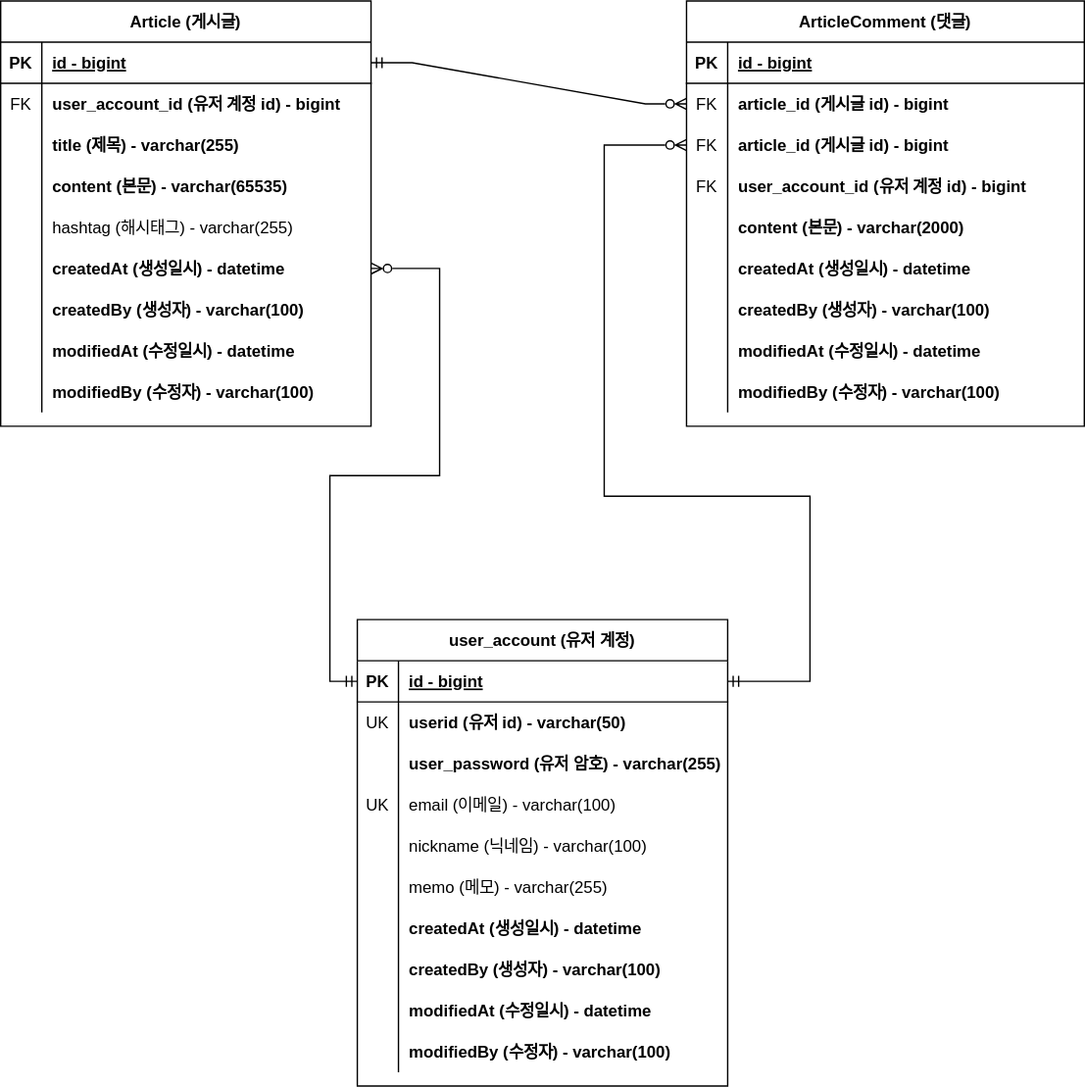
The draw.io diagram document/project-board-erd.svg in beginner0107/fast-project-board, before a commit. Source tidied: cells renumbered, new cells last; positions are measured from the earlier drawing's top-left corner, leaving out a move shared by most shapes.
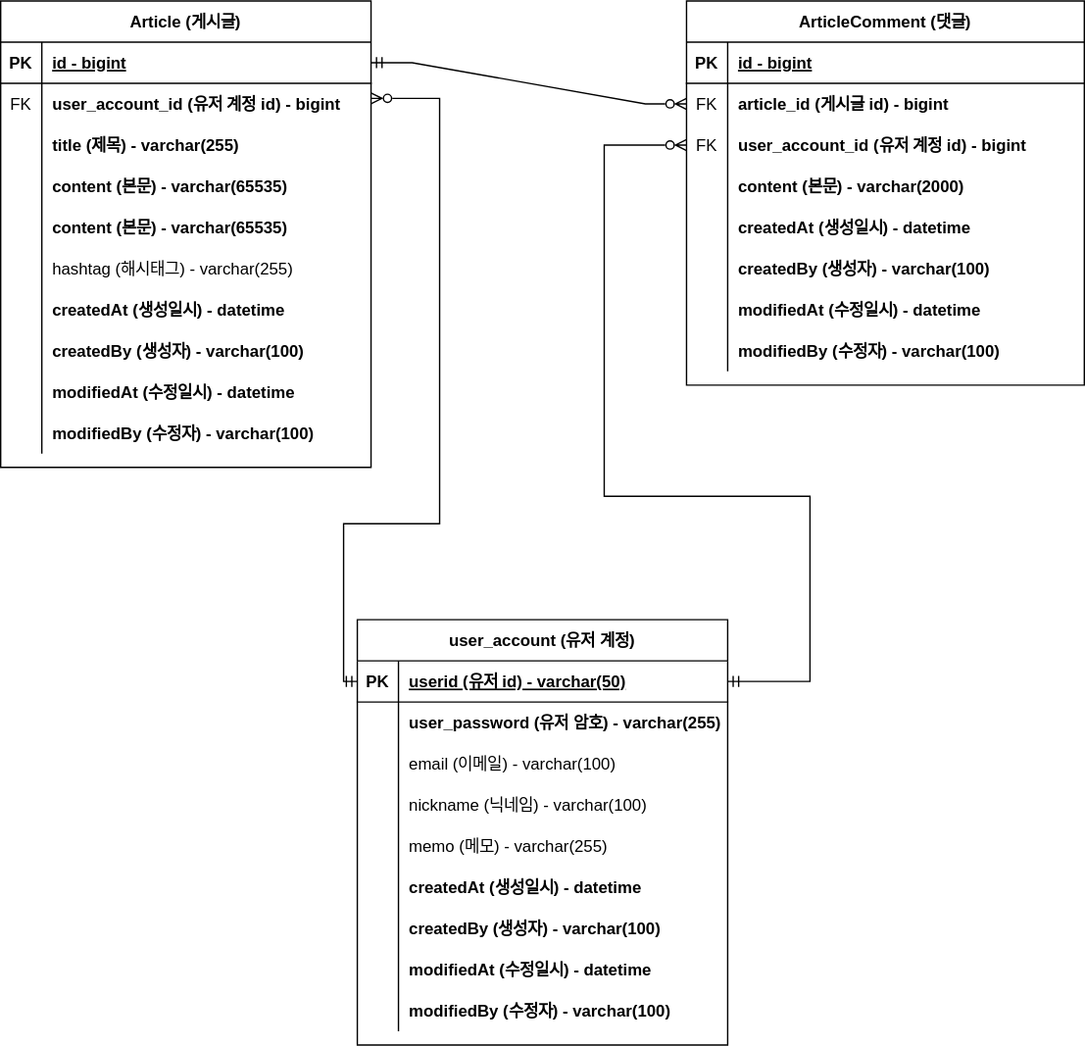
The same diagram one commit later.

Commit message:
#37 - ERD 문서 수정: 회원 계정 user_id 를 PK 로 변경

Diff of the diagram source:
```diff
@@ -3,7 +3,7 @@
     <mxCell id="0" />
     <mxCell id="1" parent="0" />
     <mxCell id="2" value="Article (게시글)" style="shape=table;startSize=30;rowLines=0;fontStyle=1;align=center;" parent="1" vertex="1">
-      <mxGeometry width="270" height="310" as="geometry" />
+      <mxGeometry width="270" height="340" as="geometry" />
     </mxCell>
     <mxCell id="3" style="shape=tableRow;horizontal=0;startSize=0;swimlaneHead=0;swimlaneBody=0;fillColor=none;points=[[0,0.5],[1,0.5]];portConstraint=eastwest;top=0;left=0;right=0;bottom=1;" parent="2" vertex="1">
       <mxGeometry y="30" width="270" height="30" as="geometry" />
@@ -41,8 +41,17 @@
     <mxCell id="14" value="content (본문) - varchar(65535)" style="shape=partialRectangle;fillColor=none;top=0;left=0;bottom=0;right=0;align=left;spacingLeft=6;overflow=hidden;fontStyle=1;" parent="12" vertex="1">
       <mxGeometry x="30" width="240" height="30" as="geometry" />
     </mxCell>
+    <mxCell id="92" style="shape=tableRow;horizontal=0;startSize=0;swimlaneHead=0;swimlaneBody=0;fillColor=none;top=0;left=0;right=0;bottom=0;" parent="2" vertex="1">
+      <mxGeometry y="150" width="270" height="30" as="geometry" />
+    </mxCell>
+    <mxCell id="93" style="shape=partialRectangle;fillColor=none;top=0;left=0;bottom=0;right=0;overflow=hidden;" parent="92" vertex="1">
+      <mxGeometry width="30" height="30" as="geometry" />
+    </mxCell>
+    <mxCell id="94" value="content (본문) - varchar(65535)" style="shape=partialRectangle;fillColor=none;top=0;left=0;bottom=0;right=0;align=left;spacingLeft=6;overflow=hidden;fontStyle=1;" parent="92" vertex="1">
+      <mxGeometry x="30" width="240" height="30" as="geometry" />
+    </mxCell>
     <mxCell id="15" style="shape=tableRow;horizontal=0;startSize=0;swimlaneHead=0;swimlaneBody=0;fillColor=none;top=0;left=0;right=0;bottom=0;" parent="2" vertex="1">
-      <mxGeometry y="150" width="270" height="30" as="geometry" />
+      <mxGeometry y="180" width="270" height="30" as="geometry" />
     </mxCell>
     <mxCell id="16" style="shape=partialRectangle;fillColor=none;top=0;left=0;bottom=0;right=0;overflow=hidden;" parent="15" vertex="1">
       <mxGeometry width="30" height="30" as="geometry" />
@@ -51,7 +60,7 @@
       <mxGeometry x="30" width="240" height="30" as="geometry" />
     </mxCell>
     <mxCell id="18" style="shape=tableRow;horizontal=0;startSize=0;swimlaneHead=0;swimlaneBody=0;fillColor=none;points=[[0,0.5],[1,0.5]];portConstraint=eastwest;top=0;left=0;right=0;bottom=0;" parent="2" vertex="1">
-      <mxGeometry y="180" width="270" height="30" as="geometry" />
+      <mxGeometry y="210" width="270" height="30" as="geometry" />
     </mxCell>
     <mxCell id="19" style="shape=partialRectangle;fillColor=none;top=0;left=0;bottom=0;right=0;overflow=hidden;" parent="18" vertex="1">
       <mxGeometry width="30" height="30" as="geometry" />
@@ -60,7 +69,7 @@
       <mxGeometry x="30" width="240" height="30" as="geometry" />
     </mxCell>
     <mxCell id="21" style="shape=tableRow;horizontal=0;startSize=0;swimlaneHead=0;swimlaneBody=0;fillColor=none;top=0;left=0;right=0;bottom=0;" parent="2" vertex="1">
-      <mxGeometry y="210" width="270" height="30" as="geometry" />
+      <mxGeometry y="240" width="270" height="30" as="geometry" />
     </mxCell>
     <mxCell id="22" style="shape=partialRectangle;fillColor=none;top=0;left=0;bottom=0;right=0;overflow=hidden;" parent="21" vertex="1">
       <mxGeometry width="30" height="30" as="geometry" />
@@ -69,7 +78,7 @@
       <mxGeometry x="30" width="240" height="30" as="geometry" />
     </mxCell>
     <mxCell id="24" style="shape=tableRow;horizontal=0;startSize=0;swimlaneHead=0;swimlaneBody=0;fillColor=none;top=0;left=0;right=0;bottom=0;" parent="2" vertex="1">
-      <mxGeometry y="240" width="270" height="30" as="geometry" />
+      <mxGeometry y="270" width="270" height="30" as="geometry" />
     </mxCell>
     <mxCell id="25" style="shape=partialRectangle;fillColor=none;top=0;left=0;bottom=0;right=0;overflow=hidden;" parent="24" vertex="1">
       <mxGeometry width="30" height="30" as="geometry" />
@@ -78,7 +87,7 @@
       <mxGeometry x="30" width="240" height="30" as="geometry" />
     </mxCell>
     <mxCell id="27" style="shape=tableRow;horizontal=0;startSize=0;swimlaneHead=0;swimlaneBody=0;fillColor=none;top=0;left=0;right=0;bottom=0;" parent="2" vertex="1">
-      <mxGeometry y="270" width="270" height="30" as="geometry" />
+      <mxGeometry y="300" width="270" height="30" as="geometry" />
     </mxCell>
     <mxCell id="28" style="shape=partialRectangle;fillColor=none;top=0;left=0;bottom=0;right=0;overflow=hidden;" parent="27" vertex="1">
       <mxGeometry width="30" height="30" as="geometry" />
@@ -87,7 +96,7 @@
       <mxGeometry x="30" width="240" height="30" as="geometry" />
     </mxCell>
     <mxCell id="30" value="ArticleComment (댓글)" style="shape=table;startSize=30;rowLines=0;fontStyle=1;align=center;" parent="1" vertex="1">
-      <mxGeometry x="500" width="290" height="310" as="geometry" />
+      <mxGeometry x="500" width="290" height="280" as="geometry" />
     </mxCell>
     <mxCell id="31" style="shape=tableRow;horizontal=0;startSize=0;swimlaneHead=0;swimlaneBody=0;fillColor=none;top=0;left=0;right=0;bottom=1;" parent="30" vertex="1">
       <mxGeometry y="30" width="290" height="30" as="geometry" />
@@ -107,17 +116,8 @@
     <mxCell id="36" value="article_id (게시글 id) - bigint" style="shape=partialRectangle;fillColor=none;top=0;left=0;bottom=0;right=0;align=left;spacingLeft=6;overflow=hidden;fontStyle=1;" parent="34" vertex="1">
       <mxGeometry x="30" width="260" height="30" as="geometry" />
     </mxCell>
-    <mxCell id="37" style="shape=tableRow;horizontal=0;startSize=0;swimlaneHead=0;swimlaneBody=0;fillColor=none;points=[[0,0.5],[1,0.5]];portConstraint=eastwest;top=0;left=0;right=0;bottom=0;" parent="30" vertex="1">
-      <mxGeometry y="90" width="290" height="30" as="geometry" />
-    </mxCell>
-    <mxCell id="38" value="FK" style="shape=partialRectangle;fillColor=none;top=0;left=0;bottom=0;right=0;overflow=hidden;" parent="37" vertex="1">
-      <mxGeometry width="30" height="30" as="geometry" />
-    </mxCell>
-    <mxCell id="39" value="article_id (게시글 id) - bigint" style="shape=partialRectangle;fillColor=none;top=0;left=0;bottom=0;right=0;align=left;spacingLeft=6;overflow=hidden;fontStyle=1;" parent="37" vertex="1">
-      <mxGeometry x="30" width="260" height="30" as="geometry" />
-    </mxCell>
     <mxCell id="40" style="shape=tableRow;horizontal=0;startSize=0;swimlaneHead=0;swimlaneBody=0;fillColor=none;top=0;left=0;right=0;bottom=0;" parent="30" vertex="1">
-      <mxGeometry y="120" width="290" height="30" as="geometry" />
+      <mxGeometry y="90" width="290" height="30" as="geometry" />
     </mxCell>
     <mxCell id="41" value="FK" style="shape=partialRectangle;fillColor=none;top=0;left=0;bottom=0;right=0;overflow=hidden;" parent="40" vertex="1">
       <mxGeometry width="30" height="30" as="geometry" />
@@ -126,7 +126,7 @@
       <mxGeometry x="30" width="260" height="30" as="geometry" />
     </mxCell>
     <mxCell id="43" style="shape=tableRow;horizontal=0;startSize=0;swimlaneHead=0;swimlaneBody=0;fillColor=none;top=0;left=0;right=0;bottom=0;" parent="30" vertex="1">
-      <mxGeometry y="150" width="290" height="30" as="geometry" />
+      <mxGeometry y="120" width="290" height="30" as="geometry" />
     </mxCell>
     <mxCell id="44" style="shape=partialRectangle;fillColor=none;top=0;left=0;bottom=0;right=0;overflow=hidden;" parent="43" vertex="1">
       <mxGeometry width="30" height="30" as="geometry" />
@@ -135,7 +135,7 @@
       <mxGeometry x="30" width="260" height="30" as="geometry" />
     </mxCell>
     <mxCell id="46" style="shape=tableRow;horizontal=0;startSize=0;swimlaneHead=0;swimlaneBody=0;fillColor=none;top=0;left=0;right=0;bottom=0;" parent="30" vertex="1">
-      <mxGeometry y="180" width="290" height="30" as="geometry" />
+      <mxGeometry y="150" width="290" height="30" as="geometry" />
     </mxCell>
     <mxCell id="47" style="shape=partialRectangle;fillColor=none;top=0;left=0;bottom=0;right=0;overflow=hidden;" parent="46" vertex="1">
       <mxGeometry width="30" height="30" as="geometry" />
@@ -144,7 +144,7 @@
       <mxGeometry x="30" width="260" height="30" as="geometry" />
     </mxCell>
     <mxCell id="49" style="shape=tableRow;horizontal=0;startSize=0;swimlaneHead=0;swimlaneBody=0;fillColor=none;top=0;left=0;right=0;bottom=0;" parent="30" vertex="1">
-      <mxGeometry y="210" width="290" height="30" as="geometry" />
+      <mxGeometry y="180" width="290" height="30" as="geometry" />
     </mxCell>
     <mxCell id="50" style="shape=partialRectangle;fillColor=none;top=0;left=0;bottom=0;right=0;overflow=hidden;" parent="49" vertex="1">
       <mxGeometry width="30" height="30" as="geometry" />
@@ -153,7 +153,7 @@
       <mxGeometry x="30" width="260" height="30" as="geometry" />
     </mxCell>
     <mxCell id="52" style="shape=tableRow;horizontal=0;startSize=0;swimlaneHead=0;swimlaneBody=0;fillColor=none;top=0;left=0;right=0;bottom=0;" parent="30" vertex="1">
-      <mxGeometry y="240" width="290" height="30" as="geometry" />
+      <mxGeometry y="210" width="290" height="30" as="geometry" />
     </mxCell>
     <mxCell id="53" style="shape=partialRectangle;fillColor=none;top=0;left=0;bottom=0;right=0;overflow=hidden;" parent="52" vertex="1">
       <mxGeometry width="30" height="30" as="geometry" />
@@ -162,7 +162,7 @@
       <mxGeometry x="30" width="260" height="30" as="geometry" />
     </mxCell>
     <mxCell id="55" style="shape=tableRow;horizontal=0;startSize=0;swimlaneHead=0;swimlaneBody=0;fillColor=none;top=0;left=0;right=0;bottom=0;" parent="30" vertex="1">
-      <mxGeometry y="270" width="290" height="30" as="geometry" />
+      <mxGeometry y="240" width="290" height="30" as="geometry" />
     </mxCell>
     <mxCell id="56" style="shape=partialRectangle;fillColor=none;top=0;left=0;bottom=0;right=0;overflow=hidden;" parent="55" vertex="1">
       <mxGeometry width="30" height="30" as="geometry" />
@@ -174,7 +174,7 @@
       <mxGeometry relative="1" as="geometry" />
     </mxCell>
     <mxCell id="59" value="user_account (유저 계정)" style="shape=table;startSize=30;rowLines=0;fontStyle=1;align=center;" parent="1" vertex="1">
-      <mxGeometry x="260" y="451" width="270" height="340" as="geometry" />
+      <mxGeometry x="260" y="451" width="270" height="310" as="geometry" />
     </mxCell>
     <mxCell id="60" style="shape=tableRow;horizontal=0;startSize=0;swimlaneHead=0;swimlaneBody=0;fillColor=none;points=[[0,0.5],[1,0.5]];portConstraint=eastwest;top=0;left=0;right=0;bottom=1;" parent="59" vertex="1">
       <mxGeometry y="30" width="270" height="30" as="geometry" />
@@ -182,20 +182,11 @@
     <mxCell id="61" value="PK" style="shape=partialRectangle;fillColor=none;top=0;left=0;bottom=0;right=0;fontStyle=1;overflow=hidden;" parent="60" vertex="1">
       <mxGeometry width="30" height="30" as="geometry" />
     </mxCell>
-    <mxCell id="62" value="id - bigint" style="shape=partialRectangle;fillColor=none;top=0;left=0;bottom=0;right=0;align=left;spacingLeft=6;fontStyle=5;overflow=hidden;" parent="60" vertex="1">
+    <mxCell id="62" value="userid (유저 id) - varchar(50)" style="shape=partialRectangle;fillColor=none;top=0;left=0;bottom=0;right=0;align=left;spacingLeft=6;fontStyle=5;overflow=hidden;" parent="60" vertex="1">
       <mxGeometry x="30" width="240" height="30" as="geometry" />
     </mxCell>
-    <mxCell id="63" style="shape=tableRow;horizontal=0;startSize=0;swimlaneHead=0;swimlaneBody=0;fillColor=none;top=0;left=0;right=0;bottom=0;" parent="59" vertex="1">
-      <mxGeometry y="60" width="270" height="30" as="geometry" />
-    </mxCell>
-    <mxCell id="64" value="UK" style="shape=partialRectangle;fillColor=none;top=0;left=0;bottom=0;right=0;overflow=hidden;" parent="63" vertex="1">
-      <mxGeometry width="30" height="30" as="geometry" />
-    </mxCell>
-    <mxCell id="65" value="userid (유저 id) - varchar(50)" style="shape=partialRectangle;fillColor=none;top=0;left=0;bottom=0;right=0;align=left;spacingLeft=6;overflow=hidden;fontStyle=1;" parent="63" vertex="1">
-      <mxGeometry x="30" width="240" height="30" as="geometry" />
-    </mxCell>
     <mxCell id="66" style="shape=tableRow;horizontal=0;startSize=0;swimlaneHead=0;swimlaneBody=0;fillColor=none;top=0;left=0;right=0;bottom=0;" parent="59" vertex="1">
-      <mxGeometry y="90" width="270" height="30" as="geometry" />
+      <mxGeometry y="60" width="270" height="30" as="geometry" />
     </mxCell>
     <mxCell id="67" style="shape=partialRectangle;fillColor=none;top=0;left=0;bottom=0;right=0;overflow=hidden;" parent="66" vertex="1">
       <mxGeometry width="30" height="30" as="geometry" />
@@ -204,16 +195,16 @@
       <mxGeometry x="30" width="240" height="30" as="geometry" />
     </mxCell>
     <mxCell id="69" style="shape=tableRow;horizontal=0;startSize=0;swimlaneHead=0;swimlaneBody=0;fillColor=none;top=0;left=0;right=0;bottom=0;" parent="59" vertex="1">
-      <mxGeometry y="120" width="270" height="30" as="geometry" />
+      <mxGeometry y="90" width="270" height="30" as="geometry" />
     </mxCell>
-    <mxCell id="70" value="UK" style="shape=partialRectangle;fillColor=none;top=0;left=0;bottom=0;right=0;overflow=hidden;" parent="69" vertex="1">
+    <mxCell id="70" style="shape=partialRectangle;fillColor=none;top=0;left=0;bottom=0;right=0;overflow=hidden;" parent="69" vertex="1">
       <mxGeometry width="30" height="30" as="geometry" />
     </mxCell>
     <mxCell id="71" value="email (이메일) - varchar(100)    " style="shape=partialRectangle;fillColor=none;top=0;left=0;bottom=0;right=0;align=left;spacingLeft=6;overflow=hidden;fontStyle=0;" parent="69" vertex="1">
       <mxGeometry x="30" width="240" height="30" as="geometry" />
     </mxCell>
     <mxCell id="72" style="shape=tableRow;horizontal=0;startSize=0;swimlaneHead=0;swimlaneBody=0;fillColor=none;top=0;left=0;right=0;bottom=0;" parent="59" vertex="1">
-      <mxGeometry y="150" width="270" height="30" as="geometry" />
+      <mxGeometry y="120" width="270" height="30" as="geometry" />
     </mxCell>
     <mxCell id="73" style="shape=partialRectangle;fillColor=none;top=0;left=0;bottom=0;right=0;overflow=hidden;" parent="72" vertex="1">
       <mxGeometry width="30" height="30" as="geometry" />
@@ -222,7 +213,7 @@
       <mxGeometry x="30" width="240" height="30" as="geometry" />
     </mxCell>
     <mxCell id="75" style="shape=tableRow;horizontal=0;startSize=0;swimlaneHead=0;swimlaneBody=0;fillColor=none;top=0;left=0;right=0;bottom=0;" parent="59" vertex="1">
-      <mxGeometry y="180" width="270" height="30" as="geometry" />
+      <mxGeometry y="150" width="270" height="30" as="geometry" />
     </mxCell>
     <mxCell id="76" style="shape=partialRectangle;fillColor=none;top=0;left=0;bottom=0;right=0;overflow=hidden;" parent="75" vertex="1">
       <mxGeometry width="30" height="30" as="geometry" />
@@ -231,7 +222,7 @@
       <mxGeometry x="30" width="240" height="30" as="geometry" />
     </mxCell>
     <mxCell id="78" style="shape=tableRow;horizontal=0;startSize=0;swimlaneHead=0;swimlaneBody=0;fillColor=none;top=0;left=0;right=0;bottom=0;" parent="59" vertex="1">
-      <mxGeometry y="210" width="270" height="30" as="geometry" />
+      <mxGeometry y="180" width="270" height="30" as="geometry" />
     </mxCell>
     <mxCell id="79" style="shape=partialRectangle;fillColor=none;top=0;left=0;bottom=0;right=0;overflow=hidden;" parent="78" vertex="1">
       <mxGeometry width="30" height="30" as="geometry" />
@@ -240,7 +231,7 @@
       <mxGeometry x="30" width="240" height="30" as="geometry" />
     </mxCell>
     <mxCell id="81" style="shape=tableRow;horizontal=0;startSize=0;swimlaneHead=0;swimlaneBody=0;fillColor=none;top=0;left=0;right=0;bottom=0;" parent="59" vertex="1">
-      <mxGeometry y="240" width="270" height="30" as="geometry" />
+      <mxGeometry y="210" width="270" height="30" as="geometry" />
     </mxCell>
     <mxCell id="82" style="shape=partialRectangle;fillColor=none;top=0;left=0;bottom=0;right=0;overflow=hidden;" parent="81" vertex="1">
       <mxGeometry width="30" height="30" as="geometry" />
@@ -249,7 +240,7 @@
       <mxGeometry x="30" width="240" height="30" as="geometry" />
     </mxCell>
     <mxCell id="84" style="shape=tableRow;horizontal=0;startSize=0;swimlaneHead=0;swimlaneBody=0;fillColor=none;top=0;left=0;right=0;bottom=0;" parent="59" vertex="1">
-      <mxGeometry y="270" width="270" height="30" as="geometry" />
+      <mxGeometry y="240" width="270" height="30" as="geometry" />
     </mxCell>
     <mxCell id="85" style="shape=partialRectangle;fillColor=none;top=0;left=0;bottom=0;right=0;overflow=hidden;" parent="84" vertex="1">
       <mxGeometry width="30" height="30" as="geometry" />
@@ -258,7 +249,7 @@
       <mxGeometry x="30" width="240" height="30" as="geometry" />
     </mxCell>
     <mxCell id="87" style="shape=tableRow;horizontal=0;startSize=0;swimlaneHead=0;swimlaneBody=0;fillColor=none;top=0;left=0;right=0;bottom=0;" parent="59" vertex="1">
-      <mxGeometry y="300" width="270" height="30" as="geometry" />
+      <mxGeometry y="270" width="270" height="30" as="geometry" />
     </mxCell>
     <mxCell id="88" style="shape=partialRectangle;fillColor=none;top=0;left=0;bottom=0;right=0;overflow=hidden;" parent="87" vertex="1">
       <mxGeometry width="30" height="30" as="geometry" />
@@ -266,18 +257,19 @@
     <mxCell id="89" value="modifiedBy (수정자) - varchar(100)" style="shape=partialRectangle;fillColor=none;top=0;left=0;bottom=0;right=0;align=left;spacingLeft=6;overflow=hidden;fontStyle=1;" parent="87" vertex="1">
       <mxGeometry x="30" width="240" height="30" as="geometry" />
     </mxCell>
-    <mxCell id="90" style="edgeStyle=orthogonalEdgeStyle;rounded=0;jettySize=auto;html=1;entryX=0;entryY=0.5;entryDx=0;entryDy=0;endArrow=ERmandOne;endFill=0;startArrow=ERzeroToMany;startFill=0;" parent="1" edge="1" source="18" target="60">
+    <mxCell id="90" style="edgeStyle=orthogonalEdgeStyle;rounded=0;jettySize=auto;html=1;entryX=0;entryY=0.5;entryDx=0;entryDy=0;endArrow=ERmandOne;endFill=0;startArrow=ERzeroToMany;startFill=0;" parent="1" edge="1" source="6" target="60">
       <mxGeometry relative="1" as="geometry">
         <Array as="points">
-          <mxPoint x="320" y="195" />
-          <mxPoint x="320" y="346" />
-          <mxPoint x="240" y="346" />
-          <mxPoint x="240" y="496" />
+          <mxPoint x="320" y="71" />
+          <mxPoint x="320" y="381" />
+          <mxPoint x="250" y="381" />
+          <mxPoint x="250" y="496" />
         </Array>
       </mxGeometry>
     </mxCell>
-    <mxCell id="91" style="edgeStyle=orthogonalEdgeStyle;rounded=0;jettySize=auto;html=1;entryX=1;entryY=0.5;entryDx=0;entryDy=0;startArrow=ERzeroToMany;startFill=0;endArrow=ERmandOne;endFill=0;" parent="1" edge="1" source="37" target="60">
+    <mxCell id="91" style="edgeStyle=orthogonalEdgeStyle;rounded=0;jettySize=auto;html=1;entryX=1;entryY=0.5;entryDx=0;entryDy=0;startArrow=ERzeroToMany;startFill=0;endArrow=ERmandOne;endFill=0;" parent="1" edge="1" target="60">
       <mxGeometry relative="1" as="geometry">
+        <mxPoint x="500" y="105" as="sourcePoint" />
         <Array as="points">
           <mxPoint x="440" y="105" />
           <mxPoint x="440" y="361" />
```
